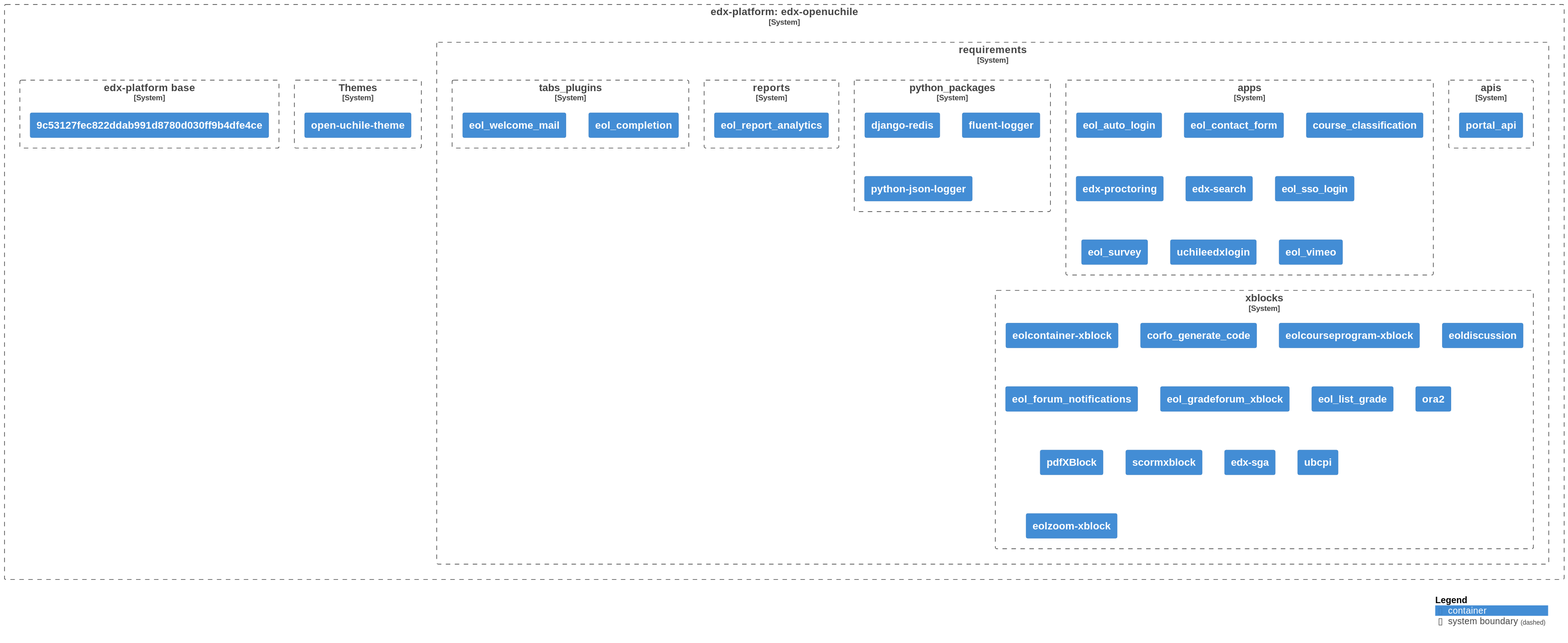
Above: diagrams/diagram.svg in eol-uchile/edx-openuchile (PlantUML), before the change.
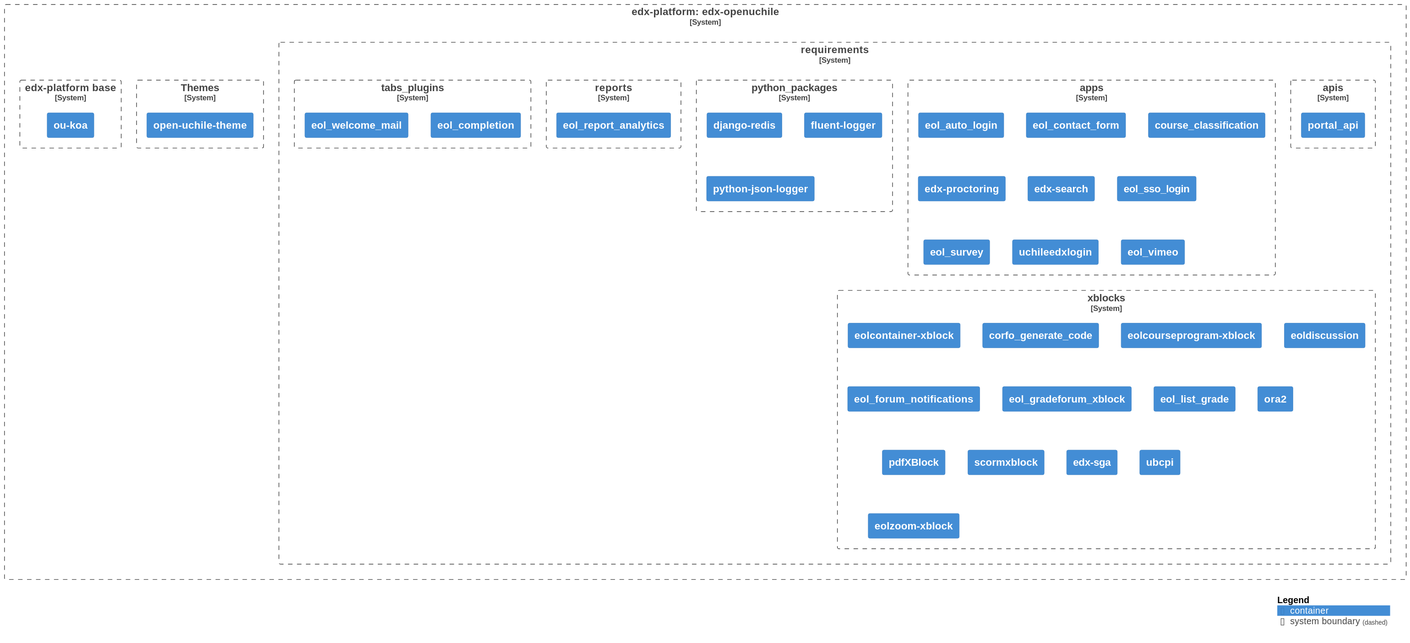
The same diagram one commit later.

Commit message:
Auto-generate UML diagram

Change to the diagram source:
```diff
@@ -98,7 +98,7 @@
     }
 
     System_Boundary(dockerfile, "edx-platform base", $link="https://github.com/open-uchile/edx-openuchile/blob/main/Dockerfile") {
-            Container(dk, "9c53127fec822ddab991d8780d030ff9b4dfe4ce", $link="https://ghcr.io/open-uchile/edx-platform:9c53127fec822ddab991d8780d030ff9b4dfe4ce")
+            Container(dk, "ou-koa", $link="https://ghcr.io/eol-uchile/edx-platform:ou-koa")
     }
 }
 
```
